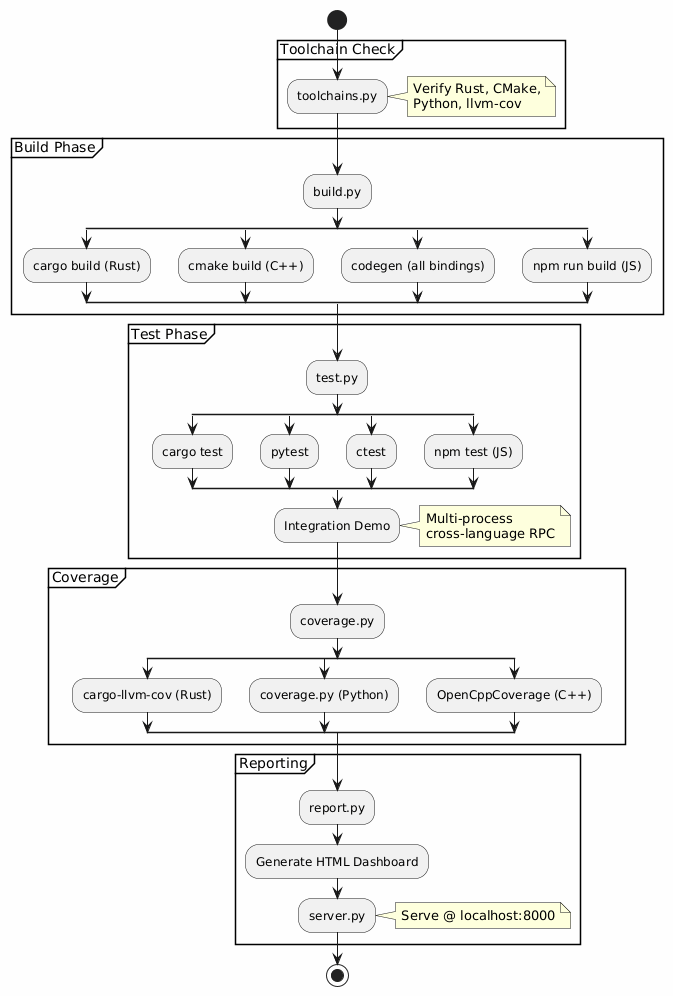
Earlier version of the PlantUML export docs/images/cicd_pipeline.png (arunj123/fusion-hawking).
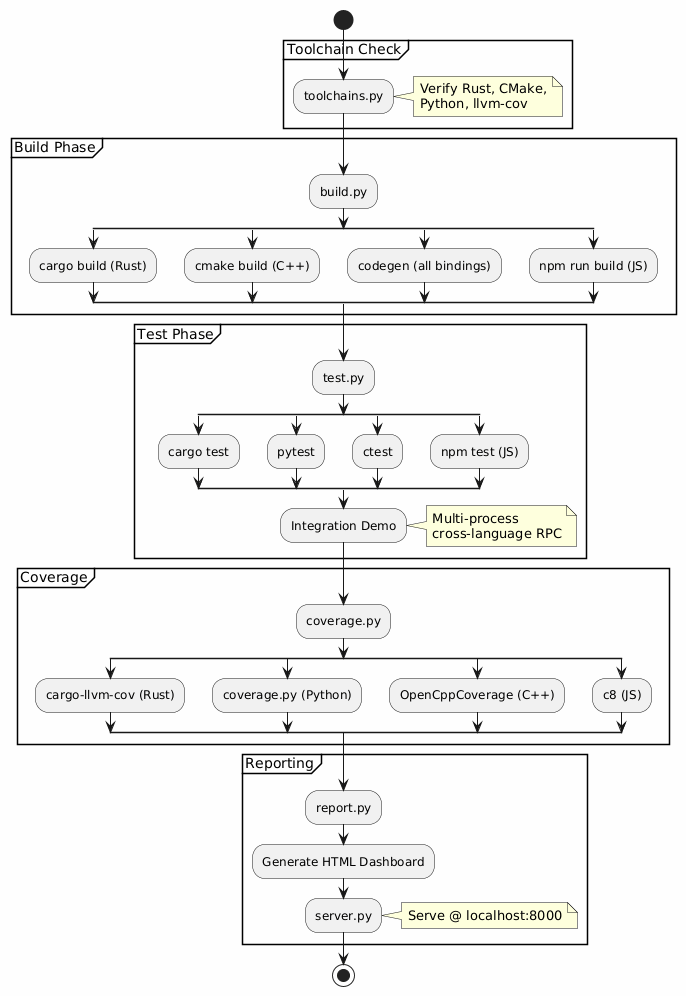
The same file after the commit.

What changed in the source:
```diff
@@ -46,6 +46,8 @@
         :coverage.py (Python);
     split again
         :OpenCppCoverage (C++);
+    split again
+        :c8 (JS);
     end split
 }
 
```
